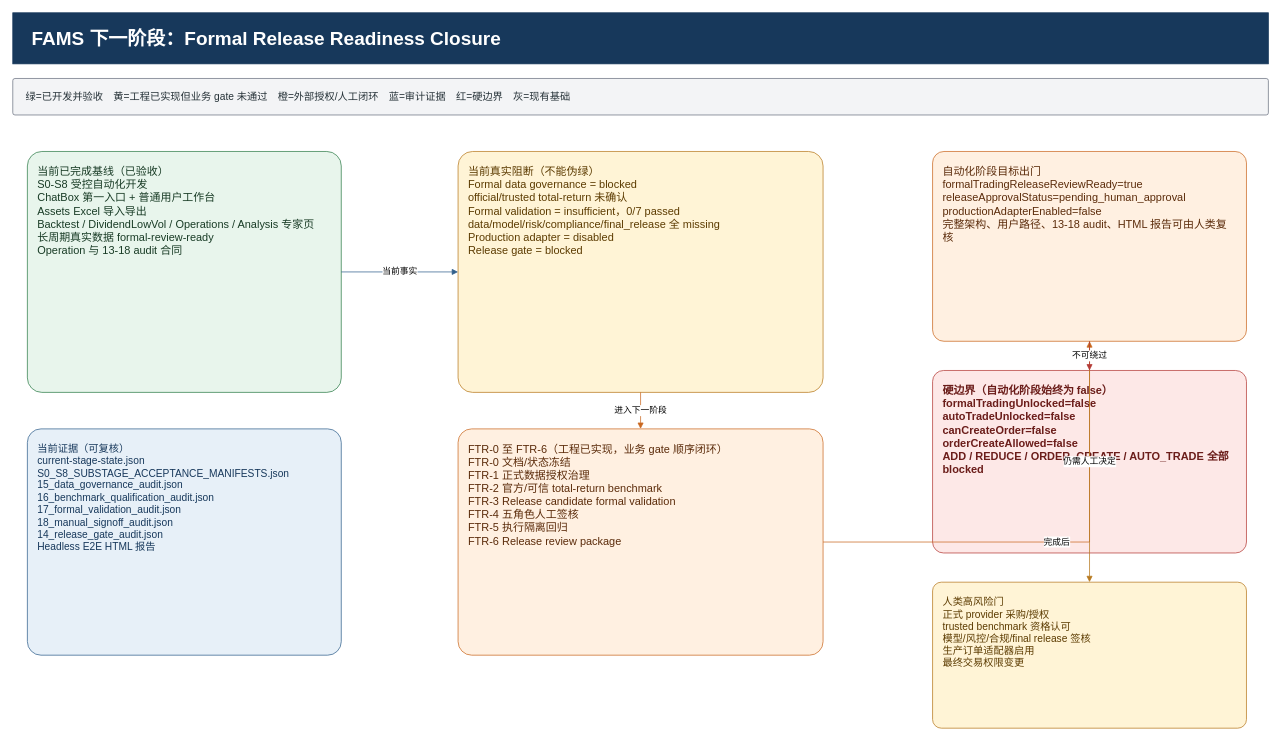
The draw.io diagram page "1 当前基线与下一阶段目标" (1 of 8) of docs/target-architecture-gap.drawio in ljx418/FAMS, before the edit. Source tidied: cells renumbered, new cells numbered last; positions are measured from the earlier drawing's top-left corner, leaving out a move shared by most shapes. Both pictures are drawn from the tidied source at 73%, with x=0, y=0 at pixel (12, 12).
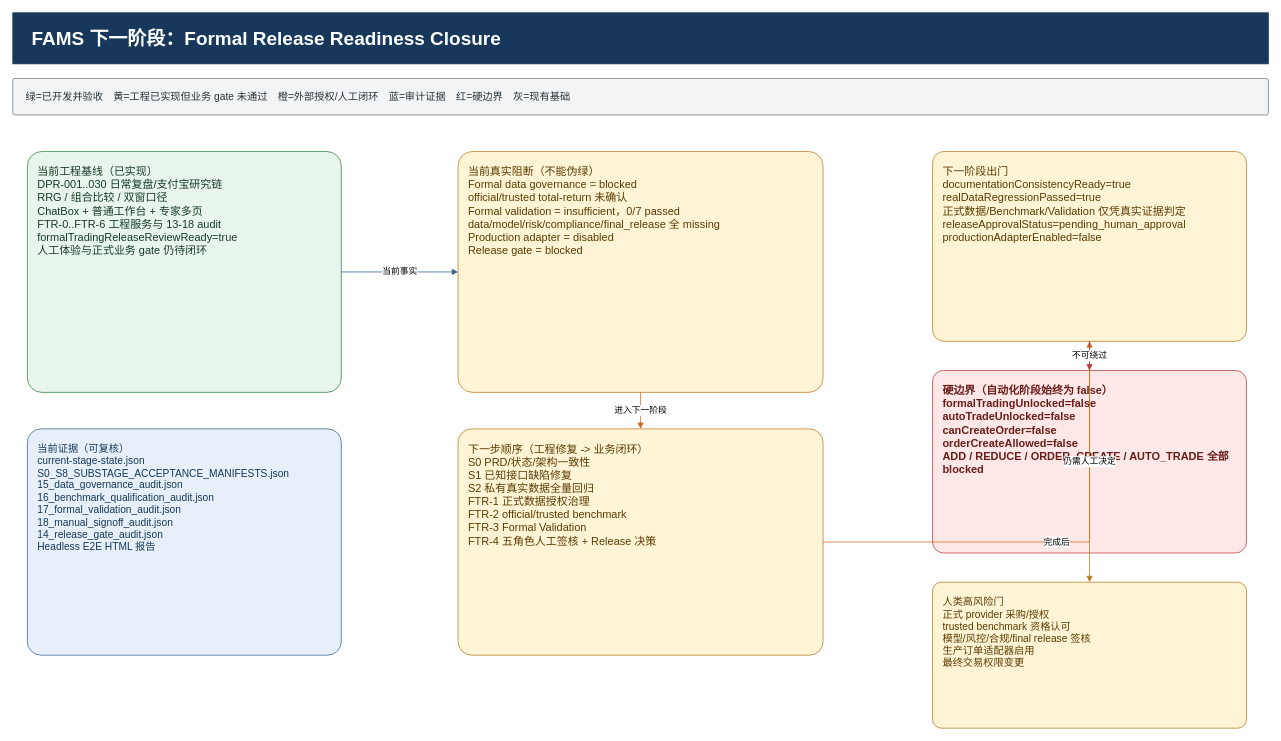
Above is the later version.

What changed in the source:
```diff
@@
 <mxGraphModel>
   <root>
     <mxCell id="0" />
     <mxCell id="1" parent="0" />
     <mxCell id="2" value="FAMS 下一阶段：Formal Release Readiness Closure" style="rounded=0;whiteSpace=wrap;html=1;fontFamily=Microsoft YaHei;fontSize=26;fontStyle=1;align=left;verticalAlign=middle;fillColor=#17385b;strokeColor=#17385b;fontColor=#ffffff;spacingLeft=24;" parent="1" vertex="1">
       <mxGeometry width="1720" height="70" as="geometry" />
     </mxCell>
     <mxCell id="3" value="绿=已开发并验收　黄=工程已实现但业务 gate 未通过　橙=外部授权/人工闭环　蓝=审计证据　红=硬边界　灰=现有基础" style="rounded=1;whiteSpace=wrap;html=1;arcSize=6;fontFamily=Microsoft YaHei;fontSize=14;align=left;verticalAlign=middle;fillColor=#f3f4f6;strokeColor=#6b7280;fontColor=#263238;spacingLeft=16;" parent="1" vertex="1">
       <mxGeometry y="90" width="1720" height="50" as="geometry" />
     </mxCell>
-    <mxCell id="4" value="当前已完成基线（已验收）&#10;S0-S8 受控自动化开发&#10;ChatBox 第一入口 + 普通用户工作台&#10;Assets Excel 导入导出&#10;Backtest / DividendLowVol / Operations / Analysis 专家页&#10;长周期真实数据 formal-review-ready&#10;Operation 与 13-18 audit 合同" style="rounded=1;whiteSpace=wrap;html=1;arcSize=6;fontFamily=Microsoft YaHei;fontSize=15;align=left;verticalAlign=top;fillColor=#e8f5ec;strokeColor=#2f7d4a;fontColor=#183b25;spacing=14;" parent="1" vertex="1">
+    <mxCell id="4" value="当前工程基线（已实现）&#10;DPR-001..030 日常复盘/支付宝研究链&#10;RRG / 组合比较 / 双窗口径&#10;ChatBox + 普通工作台 + 专家多页&#10;FTR-0..FTR-6 工程服务与 13-18 audit&#10;formalTradingReleaseReviewReady=true&#10;人工体验与正式业务 gate 仍待闭环" style="rounded=1;whiteSpace=wrap;html=1;arcSize=6;fontFamily=Microsoft YaHei;fontSize=15;align=left;verticalAlign=top;fillColor=#e8f5ec;strokeColor=#2f7d4a;fontColor=#183b25;spacing=14;" parent="1" vertex="1">
       <mxGeometry x="20" y="190" width="430" height="330" as="geometry" />
     </mxCell>
     <mxCell id="5" value="当前证据（可复核）&#10;current-stage-state.json&#10;S0_S8_SUBSTAGE_ACCEPTANCE_MANIFESTS.json&#10;15_data_governance_audit.json&#10;16_benchmark_qualification_audit.json&#10;17_formal_validation_audit.json&#10;18_manual_signoff_audit.json&#10;14_release_gate_audit.json&#10;Headless E2E HTML 报告" style="rounded=1;whiteSpace=wrap;html=1;arcSize=6;fontFamily=Microsoft YaHei;fontSize=14;align=left;verticalAlign=top;fillColor=#e7f0f8;strokeColor=#315f8c;fontColor=#17385b;spacing=14;" parent="1" vertex="1">
       <mxGeometry x="20" y="570" width="430" height="310" as="geometry" />
     </mxCell>
     <mxCell id="6" value="当前真实阻断（不能伪绿）&#10;Formal data governance = blocked&#10;official/trusted total-return 未确认&#10;Formal validation = insufficient，0/7 passed&#10;data/model/risk/compliance/final_release 全 missing&#10;Production adapter = disabled&#10;Release gate = blocked" style="rounded=1;whiteSpace=wrap;html=1;arcSize=6;fontFamily=Microsoft YaHei;fontSize=15;align=left;verticalAlign=top;fillColor=#fff4d6;strokeColor=#b7791f;fontColor=#5c3b00;spacing=14;" parent="1" vertex="1">
       <mxGeometry x="610" y="190" width="500" height="330" as="geometry" />
     </mxCell>
-    <mxCell id="7" value="FTR-0 至 FTR-6（工程已实现，业务 gate 顺序闭环）&#10;FTR-0 文档/状态冻结&#10;FTR-1 正式数据授权治理&#10;FTR-2 官方/可信 total-return benchmark&#10;FTR-3 Release candidate formal validation&#10;FTR-4 五角色人工签核&#10;FTR-5 执行隔离回归&#10;FTR-6 Release review package" style="rounded=1;whiteSpace=wrap;html=1;arcSize=6;fontFamily=Microsoft YaHei;fontSize=15;align=left;verticalAlign=top;fillColor=#fff0e1;strokeColor=#c96820;fontColor=#5b2b0a;spacing=14;" parent="1" vertex="1">
+    <mxCell id="7" value="下一步顺序（工程修复 -&gt; 业务闭环）&#10;S0 PRD/状态/架构一致性&#10;S1 已知接口缺陷修复&#10;S2 私有真实数据全量回归&#10;FTR-1 正式数据授权治理&#10;FTR-2 official/trusted benchmark&#10;FTR-3 Formal Validation&#10;FTR-4 五角色人工签核 + Release 决策" style="rounded=1;whiteSpace=wrap;html=1;arcSize=6;fontFamily=Microsoft YaHei;fontSize=15;align=left;verticalAlign=top;fillColor=#fff4d6;strokeColor=#b7791f;fontColor=#5c3b00;spacing=14;" parent="1" vertex="1">
       <mxGeometry x="610" y="570" width="500" height="310" as="geometry" />
     </mxCell>
-    <mxCell id="8" value="自动化阶段目标出门&#10;formalTradingReleaseReviewReady=true&#10;releaseApprovalStatus=pending_human_approval&#10;productionAdapterEnabled=false&#10;完整架构、用户路径、13-18 audit、HTML 报告可由人类复核" style="rounded=1;whiteSpace=wrap;html=1;arcSize=6;fontFamily=Microsoft YaHei;fontSize=15;align=left;verticalAlign=top;fillColor=#fff0e1;strokeColor=#c96820;fontColor=#5b2b0a;spacing=14;" parent="1" vertex="1">
+    <mxCell id="8" value="下一阶段出门&#10;documentationConsistencyReady=true&#10;realDataRegressionPassed=true&#10;正式数据/Benchmark/Validation 仅凭真实证据判定&#10;releaseApprovalStatus=pending_human_approval&#10;productionAdapterEnabled=false" style="rounded=1;whiteSpace=wrap;html=1;arcSize=6;fontFamily=Microsoft YaHei;fontSize=15;align=left;verticalAlign=top;fillColor=#fff4d6;strokeColor=#b7791f;fontColor=#5c3b00;spacing=14;" parent="1" vertex="1">
       <mxGeometry x="1260" y="190" width="430" height="260" as="geometry" />
     </mxCell>
     <mxCell id="9" value="硬边界（自动化阶段始终为 false）&#10;formalTradingUnlocked=false&#10;autoTradeUnlocked=false&#10;canCreateOrder=false&#10;orderCreateAllowed=false&#10;ADD / REDUCE / ORDER_CREATE / AUTO_TRADE 全部 blocked" style="rounded=1;whiteSpace=wrap;html=1;arcSize=6;fontFamily=Microsoft YaHei;fontSize=15;fontStyle=1;align=left;verticalAlign=top;fillColor=#fde8e7;strokeColor=#b43a36;fontColor=#6b1d1a;spacing=14;" parent="1" vertex="1">
       <mxGeometry x="1260" y="490" width="430" height="250" as="geometry" />
     </mxCell>
     <mxCell id="10" value="人类高风险门&#10;正式 provider 采购/授权&#10;trusted benchmark 资格认可&#10;模型/风控/合规/final release 签核&#10;生产订单适配器启用&#10;最终交易权限变更" style="rounded=1;whiteSpace=wrap;html=1;arcSize=6;fontFamily=Microsoft YaHei;fontSize=14;align=left;verticalAlign=top;fillColor=#fff4d6;strokeColor=#b7791f;fontColor=#5c3b00;spacing=14;" parent="1" vertex="1">
       <mxGeometry x="1260" y="780" width="430" height="200" as="geometry" />
     </mxCell>
     <mxCell id="11" value="当前事实" style="edgeStyle=orthogonalEdgeStyle;rounded=0;jettySize=auto;html=1;endArrow=block;strokeColor=#315f8c;fontFamily=Microsoft YaHei;fontSize=12;" parent="1" edge="1" source="4" target="6">
       <mxGeometry relative="1" as="geometry" />
     </mxCell>
     <mxCell id="12" value="进入下一阶段" style="edgeStyle=orthogonalEdgeStyle;rounded=0;jettySize=auto;html=1;endArrow=block;strokeColor=#c96820;fontFamily=Microsoft YaHei;fontSize=12;" parent="1" edge="1" source="6" target="7">
       <mxGeometry relative="1" as="geometry" />
     </mxCell>
     <mxCell id="13" value="完成后" style="edgeStyle=orthogonalEdgeStyle;rounded=0;jettySize=auto;html=1;endArrow=block;strokeColor=#c96820;fontFamily=Microsoft YaHei;fontSize=12;" parent="1" edge="1" source="7" target="8">
       <mxGeometry relative="1" as="geometry" />
     </mxCell>
     <mxCell id="14" value="仍需人工决定" style="edgeStyle=orthogonalEdgeStyle;rounded=0;jettySize=auto;html=1;endArrow=block;strokeColor=#b7791f;fontFamily=Microsoft YaHei;fontSize=12;" parent="1" edge="1" source="8" target="10">
       <mxGeometry relative="1" as="geometry" />
     </mxCell>
     <mxCell id="15" value="不可绕过" style="edgeStyle=orthogonalEdgeStyle;rounded=0;jettySize=auto;html=1;endArrow=block;strokeColor=#b43a36;fontFamily=Microsoft YaHei;fontSize=12;" parent="1" edge="1" source="8" target="9">
       <mxGeometry relative="1" as="geometry" />
     </mxCell>
   </root>
 </mxGraphModel>
```
